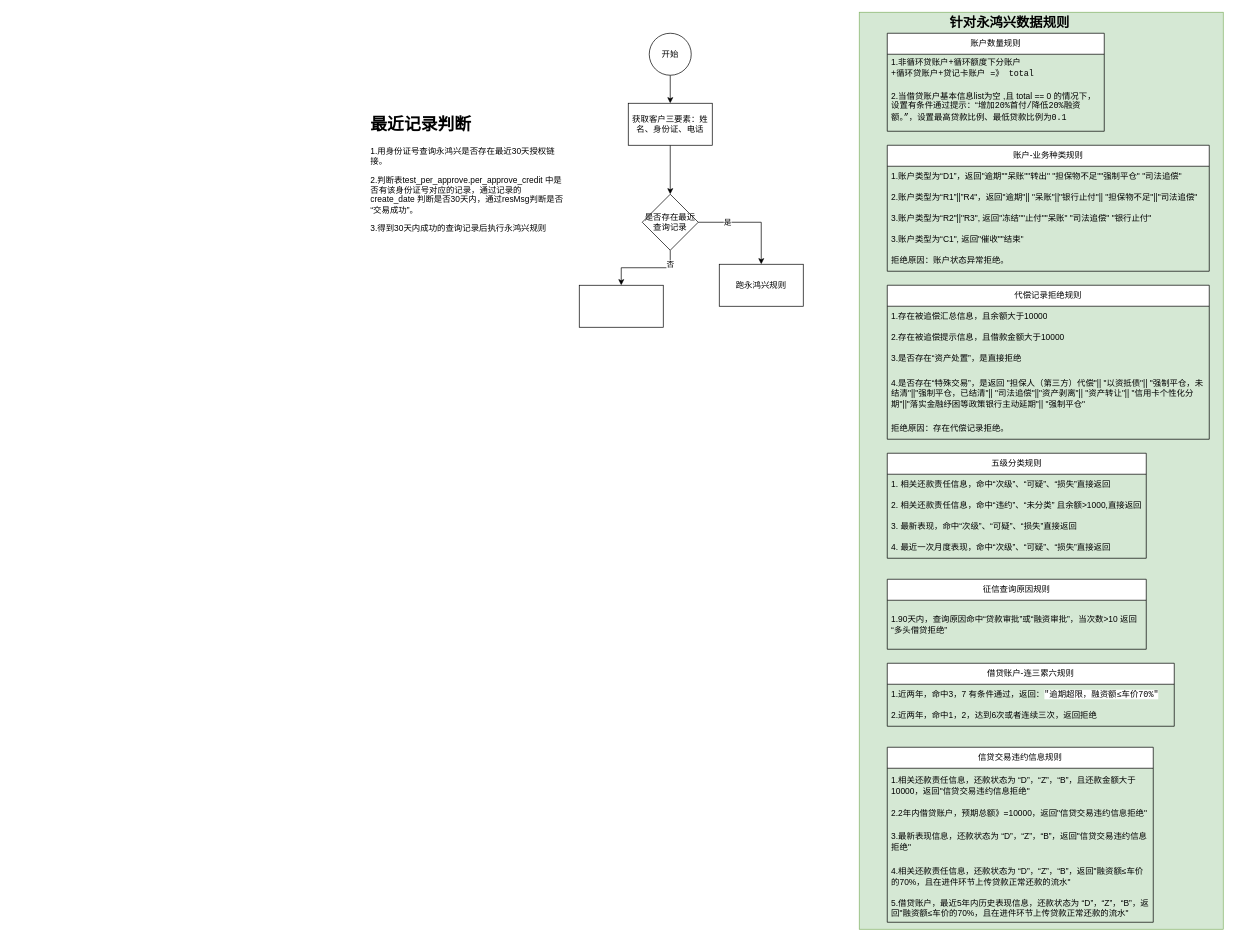
Before: 保险业务预审批规则.drawio in XiongZen/QJReconstitution, a draw.io diagram. Source tidied: cells renumbered, new cells numbered last; positions are measured from the earlier drawing's top-left corner, leaving out a move shared by most shapes. Both pictures are drawn from the tidied source at 70%, with x=0, y=0 at pixel (369, 12).
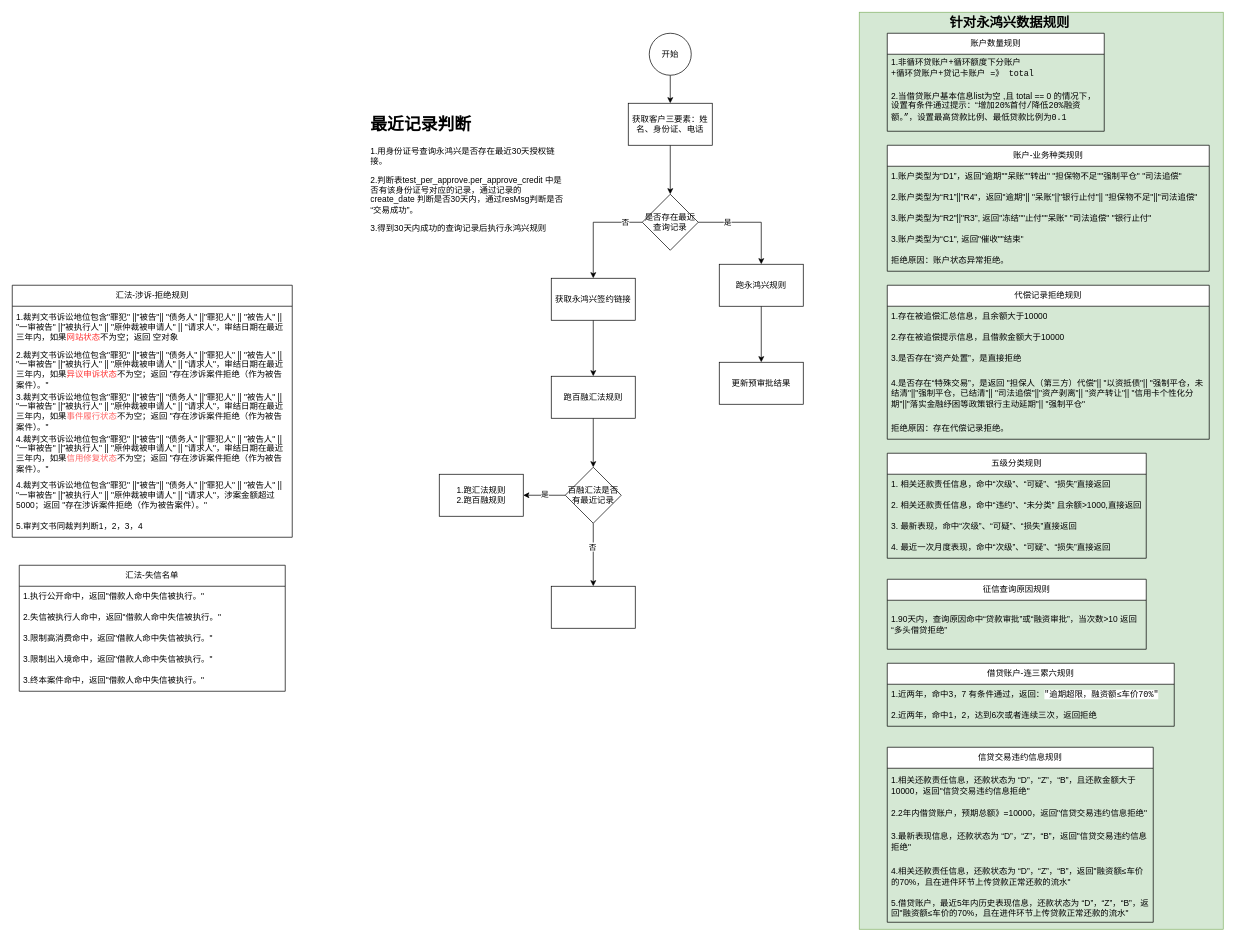
Above is the later version.

Commit message:
Update 保险业务预审批规则.drawio

The change refers to these unchanged cells:
```xml
<mxCell id="44" value="跑永鸿兴规则" style="whiteSpace=wrap;html=1;" parent="1" vertex="1">
  <mxGeometry x="500" y="360" width="120" height="60" as="geometry" />
</mxCell>
```

What changed in the source:
```diff
@@
+    <mxCell id="47" style="edgeStyle=orthogonalEdgeStyle;rounded=0;jettySize=auto;html=1;" parent="1" edge="1" source="44" target="49">
+      <mxGeometry relative="1" as="geometry" />
+    </mxCell>
@@
+    <mxCell id="48" style="edgeStyle=orthogonalEdgeStyle;rounded=0;jettySize=auto;html=1;" parent="1" edge="1" source="45" target="51">
+      <mxGeometry relative="1" as="geometry" />
+    </mxCell>
-    <mxCell id="45" style="whiteSpace=wrap;html=1;" parent="1" vertex="1">
-      <mxGeometry x="300" y="390" width="120" height="60" as="geometry" />
+    <mxCell id="45" value="获取永鸿兴签约链接" style="whiteSpace=wrap;html=1;" parent="1" vertex="1">
+      <mxGeometry x="260" y="380" width="120" height="60" as="geometry" />
     </mxCell>
@@
+    <mxCell id="49" value="更新预审批结果" style="whiteSpace=wrap;html=1;" parent="1" vertex="1">
+      <mxGeometry x="500" y="500" width="120" height="60" as="geometry" />
+    </mxCell>
+    <mxCell id="50" style="edgeStyle=orthogonalEdgeStyle;rounded=0;jettySize=auto;html=1;" parent="1" edge="1" source="51" target="56">
+      <mxGeometry relative="1" as="geometry" />
+    </mxCell>
+    <mxCell id="51" value="跑百融汇法规则" style="whiteSpace=wrap;html=1;" parent="1" vertex="1">
+      <mxGeometry x="260" y="520" width="120" height="60" as="geometry" />
+    </mxCell>
+    <mxCell id="52" style="edgeStyle=orthogonalEdgeStyle;rounded=0;jettySize=auto;html=1;" parent="1" edge="1" source="56" target="57">
+      <mxGeometry relative="1" as="geometry" />
+    </mxCell>
+    <mxCell id="53" value="是" style="edgeLabel;html=1;align=center;verticalAlign=middle;" parent="52" vertex="1">
+      <mxGeometry x="0.01" y="-2" relative="1" as="geometry" />
+    </mxCell>
+    <mxCell id="54" style="edgeStyle=orthogonalEdgeStyle;rounded=0;jettySize=auto;html=1;" parent="1" edge="1" source="56" target="58">
+      <mxGeometry relative="1" as="geometry" />
+    </mxCell>
+    <mxCell id="55" value="否" style="edgeLabel;html=1;align=center;verticalAlign=middle;" parent="54" vertex="1">
+      <mxGeometry x="-0.26" y="-2" relative="1" as="geometry" />
+    </mxCell>
+    <mxCell id="56" value="百融汇法是否有最近记录" style="rhombus;whiteSpace=wrap;html=1;" parent="1" vertex="1">
+      <mxGeometry x="280" y="650" width="80" height="80" as="geometry" />
+    </mxCell>
+    <mxCell id="57" value="1.跑汇法规则&lt;div&gt;2.跑百融规则&lt;/div&gt;" style="whiteSpace=wrap;html=1;" parent="1" vertex="1">
+      <mxGeometry x="100" y="660" width="120" height="60" as="geometry" />
+    </mxCell>
+    <mxCell id="58" style="whiteSpace=wrap;html=1;" parent="1" vertex="1">
+      <mxGeometry x="260" y="820" width="120" height="60" as="geometry" />
+    </mxCell>
+    <mxCell id="59" value="汇法-涉诉-拒绝规则" style="swimlane;fontStyle=0;horizontal=1;startSize=30;whiteSpace=wrap;html=1;" parent="1" vertex="1">
+      <mxGeometry x="-510" y="390" width="400" height="360" as="geometry" />
+    </mxCell>
+    <mxCell id="60" value="1.裁判文书诉讼地位包含&quot;罪犯&quot; ||&quot;被告&quot;|| &quot;债务人&quot; ||&quot;罪犯人&quot; || &quot;被告人&quot; || &quot;一审被告&quot; ||&quot;被执行人&quot; || &quot;原仲裁被申请人&quot; || &quot;请求人&quot;，审结日期在最近三年内，如果&lt;font color=&quot;#ff3333&quot;&gt;网站状态&lt;/font&gt;不为空；返回 空对象" style="text;strokeColor=none;fillColor=none;align=left;verticalAlign=middle;spacingLeft=4;spacingRight=4;overflow=hidden;whiteSpace=wrap;html=1;" parent="59" vertex="1">
+      <mxGeometry y="30" width="400" height="60" as="geometry" />
+    </mxCell>
+    <mxCell id="61" value="2.裁判文书诉讼地位包含&quot;罪犯&quot; ||&quot;被告&quot;|| &quot;债务人&quot; ||&quot;罪犯人&quot; || &quot;被告人&quot; || &quot;一审被告&quot; ||&quot;被执行人&quot; || &quot;原仲裁被申请人&quot; || &quot;请求人&quot;，审结日期在最近三年内，如果&lt;font color=&quot;#ff3333&quot;&gt;异议申诉状态&lt;/font&gt;不为空；返回&amp;nbsp;&quot;存在涉诉案件拒绝（作为被告案件）。&quot;" style="text;strokeColor=none;fillColor=none;align=left;verticalAlign=middle;spacingLeft=4;spacingRight=4;overflow=hidden;whiteSpace=wrap;html=1;" parent="59" vertex="1">
+      <mxGeometry y="90" width="400" height="60" as="geometry" />
+    </mxCell>
+    <mxCell id="62" value="3.裁判文书诉讼地位包含&quot;罪犯&quot; ||&quot;被告&quot;|| &quot;债务人&quot; ||&quot;罪犯人&quot; || &quot;被告人&quot; || &quot;一审被告&quot; ||&quot;被执行人&quot; || &quot;原仲裁被申请人&quot; || &quot;请求人&quot;，审结日期在最近三年内，如果&lt;font color=&quot;#ff6666&quot;&gt;事件履行状态&lt;/font&gt;不为空；返回&amp;nbsp;&quot;存在涉诉案件拒绝（作为被告案件）。&quot;" style="text;strokeColor=none;fillColor=none;align=left;verticalAlign=middle;spacingLeft=4;spacingRight=4;overflow=hidden;whiteSpace=wrap;html=1;" parent="59" vertex="1">
+      <mxGeometry y="150" width="400" height="60" as="geometry" />
+    </mxCell>
+    <mxCell id="63" value="4.裁判文书诉讼地位包含&quot;罪犯&quot; ||&quot;被告&quot;|| &quot;债务人&quot; ||&quot;罪犯人&quot; || &quot;被告人&quot; || &quot;一审被告&quot; ||&quot;被执行人&quot; || &quot;原仲裁被申请人&quot; || &quot;请求人&quot;，审结日期在最近三年内，如果&lt;font color=&quot;#ff6666&quot;&gt;信用修复状态&lt;/font&gt;不为空；返回&amp;nbsp;&quot;存在涉诉案件拒绝（作为被告案件）。&quot;" style="text;strokeColor=none;fillColor=none;align=left;verticalAlign=middle;spacingLeft=4;spacingRight=4;overflow=hidden;whiteSpace=wrap;html=1;" parent="59" vertex="1">
+      <mxGeometry y="210" width="400" height="60" as="geometry" />
+    </mxCell>
+    <mxCell id="64" value="4.裁判文书诉讼地位包含&quot;罪犯&quot; ||&quot;被告&quot;|| &quot;债务人&quot; ||&quot;罪犯人&quot; || &quot;被告人&quot; || &quot;一审被告&quot; ||&quot;被执行人&quot; || &quot;原仲裁被申请人&quot; || &quot;请求人&quot;，涉案金额超过5000；返回&amp;nbsp;&quot;存在涉诉案件拒绝（作为被告案件）。&quot;" style="text;strokeColor=none;fillColor=none;align=left;verticalAlign=middle;spacingLeft=4;spacingRight=4;overflow=hidden;whiteSpace=wrap;html=1;" parent="59" vertex="1">
+      <mxGeometry y="270" width="400" height="60" as="geometry" />
+    </mxCell>
+    <mxCell id="65" value="5.审判文书同裁判判断1，2，3，4" style="text;strokeColor=none;fillColor=none;align=left;verticalAlign=middle;spacingLeft=4;spacingRight=4;overflow=hidden;whiteSpace=wrap;html=1;" parent="59" vertex="1">
+      <mxGeometry y="330" width="400" height="30" as="geometry" />
+    </mxCell>
+    <mxCell id="66" value="汇法-失信名单" style="swimlane;fontStyle=0;horizontal=1;startSize=30;whiteSpace=wrap;html=1;" parent="1" vertex="1">
+      <mxGeometry x="-500" y="790" width="380" height="180" as="geometry" />
+    </mxCell>
+    <mxCell id="67" value="1.执行公开命中，返回&quot;借款人命中失信被执行。&quot;" style="text;strokeColor=none;fillColor=none;align=left;verticalAlign=middle;spacingLeft=4;spacingRight=4;overflow=hidden;whiteSpace=wrap;html=1;" parent="66" vertex="1">
+      <mxGeometry y="30" width="380" height="30" as="geometry" />
+    </mxCell>
+    <mxCell id="68" value="2.失信被执行人命中，返回&quot;借款人命中失信被执行。&quot;" style="text;strokeColor=none;fillColor=none;align=left;verticalAlign=middle;spacingLeft=4;spacingRight=4;overflow=hidden;whiteSpace=wrap;html=1;" parent="66" vertex="1">
+      <mxGeometry y="60" width="380" height="30" as="geometry" />
+    </mxCell>
+    <mxCell id="69" value="3.限制高消费命中，返回&quot;借款人命中失信被执行。&quot;" style="text;strokeColor=none;fillColor=none;align=left;verticalAlign=middle;spacingLeft=4;spacingRight=4;overflow=hidden;whiteSpace=wrap;html=1;" parent="66" vertex="1">
+      <mxGeometry y="90" width="380" height="30" as="geometry" />
+    </mxCell>
+    <mxCell id="70" value="3.限制出入境命中，返回&quot;借款人命中失信被执行。&quot;" style="text;strokeColor=none;fillColor=none;align=left;verticalAlign=middle;spacingLeft=4;spacingRight=4;overflow=hidden;whiteSpace=wrap;html=1;" parent="66" vertex="1">
+      <mxGeometry y="120" width="380" height="30" as="geometry" />
+    </mxCell>
+    <mxCell id="71" value="3.终本案件命中，返回&quot;借款人命中失信被执行。&quot;" style="text;strokeColor=none;fillColor=none;align=left;verticalAlign=middle;spacingLeft=4;spacingRight=4;overflow=hidden;whiteSpace=wrap;html=1;" parent="66" vertex="1">
+      <mxGeometry y="150" width="380" height="30" as="geometry" />
+    </mxCell>
```
